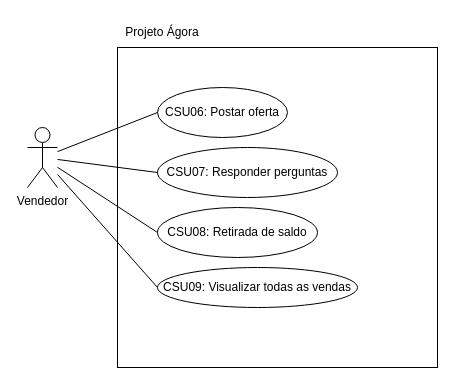
This is page "VendedorUseCase" (2 of 3) of Diagrams/UseCases.drawio from luca-moraes/projetoEngenhariaSoftware, a draw.io file, before an edit. Source tidied: cells renumbered, new cells numbered last; positions are measured from the earlier drawing's top-left corner, leaving out a move shared by most shapes. Both pictures are drawn from the tidied source at 100%, with x=0, y=0 at pixel (27, 17).
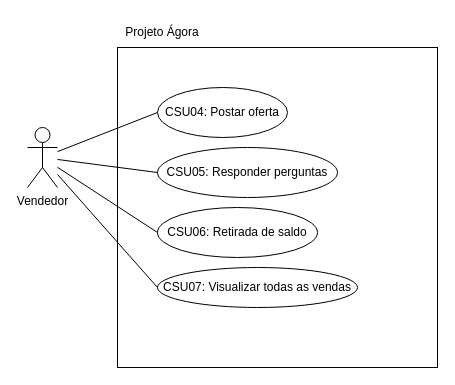
Above is the later version.

Change to the diagram source:
```diff
@@
 <mxGraphModel>
   <root>
     <mxCell id="0" />
     <mxCell id="1" parent="0" />
     <mxCell id="2" value="Vendedor" style="shape=umlActor;verticalLabelPosition=bottom;verticalAlign=top;html=1;outlineConnect=0;" parent="1" vertex="1">
       <mxGeometry y="110" width="30" height="60" as="geometry" />
     </mxCell>
     <mxCell id="3" style="whiteSpace=wrap;html=1;fillColor=none;" parent="1" vertex="1">
       <mxGeometry x="90" y="30" width="320" height="320" as="geometry" />
     </mxCell>
-    <mxCell id="4" value="CSU06: Postar oferta" style="ellipse;whiteSpace=wrap;html=1;fillColor=none;" parent="1" vertex="1">
+    <mxCell id="4" value="CSU04: Postar oferta" style="ellipse;whiteSpace=wrap;html=1;fillColor=none;" parent="1" vertex="1">
       <mxGeometry x="130" y="70" width="130" height="50" as="geometry" />
     </mxCell>
     <mxCell id="5" style="endArrow=none;html=1;rounded=0;entryX=0;entryY=0.5;entryDx=0;entryDy=0;" parent="1" edge="1" source="2" target="4">
       <mxGeometry relative="1" as="geometry" />
     </mxCell>
-    <mxCell id="6" value="CSU07: Responder perguntas" style="ellipse;whiteSpace=wrap;html=1;fillColor=none;" parent="1" vertex="1">
+    <mxCell id="6" value="CSU05: Responder perguntas" style="ellipse;whiteSpace=wrap;html=1;fillColor=none;" parent="1" vertex="1">
       <mxGeometry x="130" y="130" width="180" height="50" as="geometry" />
     </mxCell>
     <mxCell id="7" style="endArrow=none;html=1;rounded=0;exitX=0;exitY=0.5;exitDx=0;exitDy=0;" parent="1" edge="1" source="6" target="2">
       <mxGeometry relative="1" as="geometry" />
     </mxCell>
-    <mxCell id="8" value="CSU08: Retirada de saldo" style="ellipse;whiteSpace=wrap;html=1;fillColor=none;" parent="1" vertex="1">
+    <mxCell id="8" value="CSU06: Retirada de saldo" style="ellipse;whiteSpace=wrap;html=1;fillColor=none;" parent="1" vertex="1">
       <mxGeometry x="130" y="190" width="160" height="50" as="geometry" />
     </mxCell>
     <mxCell id="9" style="endArrow=none;html=1;rounded=0;entryX=0;entryY=0.5;entryDx=0;entryDy=0;" parent="1" edge="1" source="2" target="8">
       <mxGeometry relative="1" as="geometry" />
     </mxCell>
     <mxCell id="10" value="Projeto Ágora" style="text;html=1;strokeColor=none;fillColor=none;align=center;verticalAlign=middle;whiteSpace=wrap;rounded=0;" parent="1" vertex="1">
       <mxGeometry x="90" width="90" height="30" as="geometry" />
     </mxCell>
-    <mxCell id="11" value="CSU09: Visualizar todas as vendas" style="ellipse;whiteSpace=wrap;html=1;fillColor=none;" parent="1" vertex="1">
+    <mxCell id="11" value="CSU07: Visualizar todas as vendas" style="ellipse;whiteSpace=wrap;html=1;fillColor=none;" parent="1" vertex="1">
       <mxGeometry x="130" y="250" width="200" height="40" as="geometry" />
     </mxCell>
     <mxCell id="12" style="endArrow=none;html=1;rounded=0;exitX=0;exitY=0.5;exitDx=0;exitDy=0;" parent="1" edge="1" source="11" target="2">
       <mxGeometry relative="1" as="geometry" />
     </mxCell>
   </root>
 </mxGraphModel>
```
